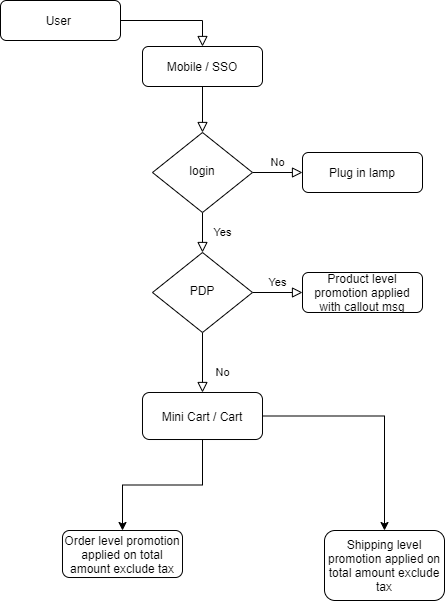
nayan7777-nayan/sfra-webpack-multicartridges-builder keeps this draw.io diagram as Untitled Diagram.png. Above is the earlier version. Source tidied: cells renumbered, new cells last; positions are measured from the earlier drawing's top-left corner, leaving out a move shared by most shapes.
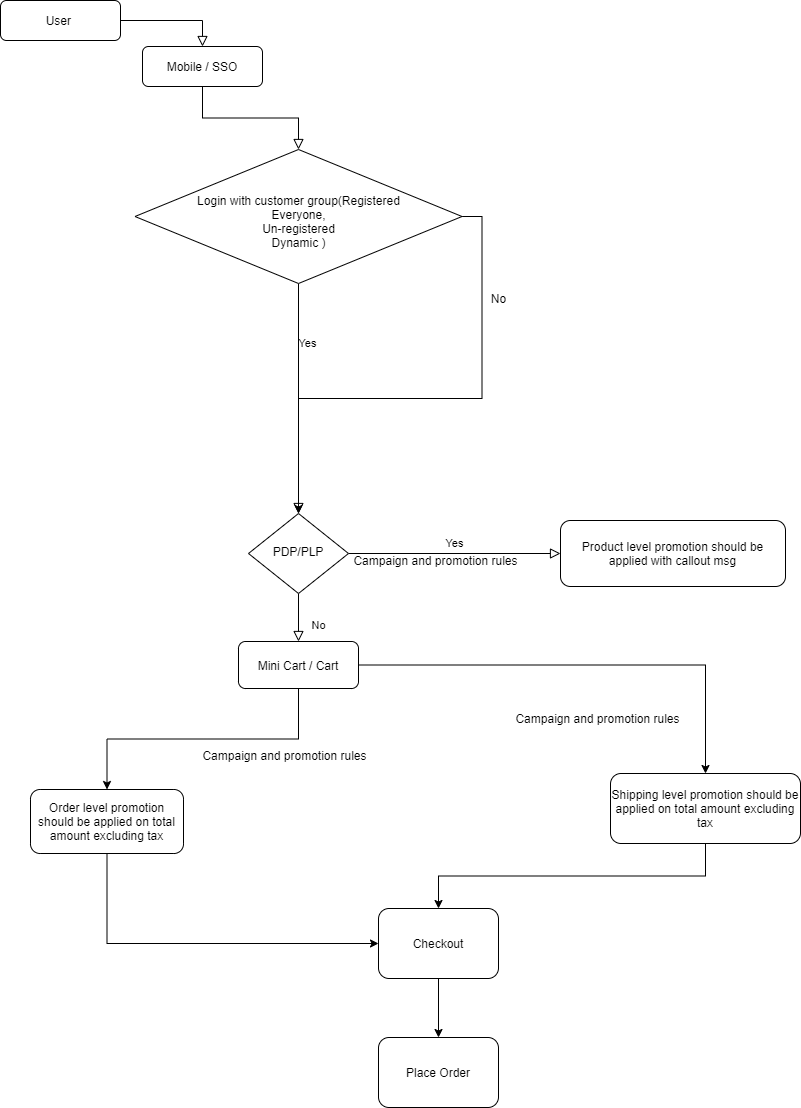
The same diagram one commit later.

Diff of the diagram source:
```diff
@@ -9,34 +9,31 @@
       <mxGeometry width="120" height="40" as="geometry" />
     </mxCell>
     <mxCell id="4" value="Yes" style="rounded=0;html=1;jettySize=auto;fontSize=11;endArrow=block;endFill=0;endSize=8;strokeWidth=1;shadow=0;labelBackgroundColor=none;edgeStyle=orthogonalEdgeStyle;" parent="1" edge="1" source="6" target="10">
-      <mxGeometry y="20" relative="1" as="geometry" />
+      <mxGeometry x="-0.48" y="9" relative="1" as="geometry" />
     </mxCell>
-    <mxCell id="5" value="No" style="edgeStyle=orthogonalEdgeStyle;rounded=0;html=1;jettySize=auto;fontSize=11;endArrow=block;endFill=0;endSize=8;strokeWidth=1;shadow=0;labelBackgroundColor=none;" parent="1" edge="1" source="6" target="7">
-      <mxGeometry y="10" relative="1" as="geometry" />
-    </mxCell>
+    <mxCell id="19" style="edgeStyle=orthogonalEdgeStyle;rounded=0;jettySize=auto;html=1;exitX=1;exitY=0.5;exitDx=0;exitDy=0;" parent="1" edge="1" source="6" target="10">
+      <mxGeometry relative="1" as="geometry" />
+    </mxCell>
-    <mxCell id="6" value="login" style="rhombus;whiteSpace=wrap;html=1;shadow=0;fontFamily=Helvetica;fontSize=12;align=center;strokeWidth=1;spacing=6;spacingTop=-4;" parent="1" vertex="1">
-      <mxGeometry x="152" y="132" width="100" height="80" as="geometry" />
+    <mxCell id="6" value="&lt;br&gt;Login with customer group(Registered&lt;br&gt;Everyone,&lt;br&gt;Un-registered&lt;br&gt;Dynamic )" style="rhombus;whiteSpace=wrap;html=1;shadow=0;fontFamily=Helvetica;fontSize=12;align=center;strokeWidth=1;spacing=6;spacingTop=-4;" parent="1" vertex="1">
+      <mxGeometry x="134.5" y="149" width="327" height="134" as="geometry" />
     </mxCell>
-    <mxCell id="7" value="Plug in lamp" style="rounded=1;whiteSpace=wrap;html=1;fontSize=12;glass=0;strokeWidth=1;shadow=0;" parent="1" vertex="1">
-      <mxGeometry x="302" y="152" width="120" height="40" as="geometry" />
-    </mxCell>
     <mxCell id="8" value="No" style="rounded=0;html=1;jettySize=auto;fontSize=11;endArrow=block;endFill=0;endSize=8;strokeWidth=1;shadow=0;labelBackgroundColor=none;edgeStyle=orthogonalEdgeStyle;" parent="1" edge="1" source="10" target="12">
       <mxGeometry x="0.33" y="20" relative="1" as="geometry" />
     </mxCell>
     <mxCell id="9" value="Yes" style="edgeStyle=orthogonalEdgeStyle;rounded=0;html=1;jettySize=auto;fontSize=11;endArrow=block;endFill=0;endSize=8;strokeWidth=1;shadow=0;labelBackgroundColor=none;" parent="1" edge="1" source="10" target="13">
       <mxGeometry y="10" relative="1" as="geometry" />
     </mxCell>
-    <mxCell id="10" value="PDP" style="rhombus;whiteSpace=wrap;html=1;shadow=0;fontFamily=Helvetica;fontSize=12;align=center;strokeWidth=1;spacing=6;spacingTop=-4;" parent="1" vertex="1">
-      <mxGeometry x="152" y="252" width="100" height="80" as="geometry" />
+    <mxCell id="10" value="PDP/PLP" style="rhombus;whiteSpace=wrap;html=1;shadow=0;fontFamily=Helvetica;fontSize=12;align=center;strokeWidth=1;spacing=6;spacingTop=-4;" parent="1" vertex="1">
+      <mxGeometry x="248" y="513" width="100" height="80" as="geometry" />
     </mxCell>
     <mxCell id="11" style="edgeStyle=orthogonalEdgeStyle;rounded=0;jettySize=auto;html=1;exitX=0.5;exitY=1;exitDx=0;exitDy=0;entryX=0.5;entryY=0;entryDx=0;entryDy=0;" parent="1" edge="1" source="12" target="16">
       <mxGeometry relative="1" as="geometry" />
     </mxCell>
     <mxCell id="12" value="Mini Cart / Cart" style="rounded=1;whiteSpace=wrap;html=1;fontSize=12;glass=0;strokeWidth=1;shadow=0;" parent="1" vertex="1">
-      <mxGeometry x="142" y="392" width="120" height="47" as="geometry" />
+      <mxGeometry x="238" y="641" width="120" height="47" as="geometry" />
     </mxCell>
-    <mxCell id="13" value="Product level promotion applied with callout msg" style="rounded=1;whiteSpace=wrap;html=1;fontSize=12;glass=0;strokeWidth=1;shadow=0;" parent="1" vertex="1">
-      <mxGeometry x="302" y="272" width="120" height="40" as="geometry" />
+    <mxCell id="13" value="Product level promotion should be applied with callout msg" style="rounded=1;whiteSpace=wrap;html=1;fontSize=12;glass=0;strokeWidth=1;shadow=0;" parent="1" vertex="1">
+      <mxGeometry x="560" y="520" width="225" height="66" as="geometry" />
     </mxCell>
     <mxCell id="14" value="Mobile / SSO" style="rounded=1;whiteSpace=wrap;html=1;fontSize=12;glass=0;strokeWidth=1;shadow=0;" parent="1" vertex="1">
       <mxGeometry x="142" y="46" width="120" height="40" as="geometry" />
@@ -44,14 +41,41 @@
     <mxCell id="15" style="rounded=0;html=1;jettySize=auto;fontSize=11;endArrow=block;endFill=0;endSize=8;strokeWidth=1;shadow=0;labelBackgroundColor=none;edgeStyle=orthogonalEdgeStyle;" parent="1" edge="1" source="3" target="14">
       <mxGeometry relative="1" as="geometry" />
     </mxCell>
+    <mxCell id="20" style="edgeStyle=orthogonalEdgeStyle;rounded=0;jettySize=auto;html=1;exitX=0.5;exitY=1;exitDx=0;exitDy=0;entryX=0;entryY=0.5;entryDx=0;entryDy=0;" parent="1" edge="1" source="16" target="23">
+      <mxGeometry relative="1" as="geometry" />
+    </mxCell>
-    <mxCell id="16" value="Order level promotion applied on total amount exclude tax" style="rounded=1;whiteSpace=wrap;html=1;fontSize=12;glass=0;strokeWidth=1;shadow=0;" parent="1" vertex="1">
-      <mxGeometry x="62" y="530" width="120" height="47" as="geometry" />
+    <mxCell id="16" value="Order level promotion should be applied on total amount excluding tax" style="rounded=1;whiteSpace=wrap;html=1;fontSize=12;glass=0;strokeWidth=1;shadow=0;" parent="1" vertex="1">
+      <mxGeometry x="30" y="789" width="153" height="64" as="geometry" />
     </mxCell>
+    <mxCell id="21" style="edgeStyle=orthogonalEdgeStyle;rounded=0;jettySize=auto;html=1;exitX=0.5;exitY=1;exitDx=0;exitDy=0;entryX=0.5;entryY=0;entryDx=0;entryDy=0;" parent="1" edge="1" source="17" target="23">
+      <mxGeometry relative="1" as="geometry" />
+    </mxCell>
-    <mxCell id="17" value="Shipping level promotion applied on total amount exclude tax" style="rounded=1;whiteSpace=wrap;html=1;fontSize=12;glass=0;strokeWidth=1;shadow=0;" parent="1" vertex="1">
-      <mxGeometry x="324" y="530" width="120" height="70" as="geometry" />
+    <mxCell id="17" value="Shipping level promotion should be applied on total amount excluding tax" style="rounded=1;whiteSpace=wrap;html=1;fontSize=12;glass=0;strokeWidth=1;shadow=0;" parent="1" vertex="1">
+      <mxGeometry x="610" y="773" width="190" height="70" as="geometry" />
     </mxCell>
     <mxCell id="18" style="edgeStyle=orthogonalEdgeStyle;rounded=0;jettySize=auto;html=1;entryX=0.5;entryY=0;entryDx=0;entryDy=0;exitX=1;exitY=0.5;exitDx=0;exitDy=0;" parent="1" edge="1" source="12" target="17">
       <mxGeometry relative="1" as="geometry" />
     </mxCell>
+    <mxCell id="22" style="edgeStyle=orthogonalEdgeStyle;rounded=0;jettySize=auto;html=1;exitX=0.5;exitY=1;exitDx=0;exitDy=0;entryX=0.5;entryY=0;entryDx=0;entryDy=0;" parent="1" edge="1" source="23" target="27">
+      <mxGeometry relative="1" as="geometry" />
+    </mxCell>
+    <mxCell id="23" value="Checkout" style="rounded=1;whiteSpace=wrap;html=1;fontSize=12;glass=0;strokeWidth=1;shadow=0;" parent="1" vertex="1">
+      <mxGeometry x="378" y="908" width="120" height="70" as="geometry" />
+    </mxCell>
+    <mxCell id="24" value="Campaign and promotion rules" style="text;html=1;align=center;verticalAlign=middle;" parent="1" vertex="1">
+      <mxGeometry x="510" y="709" width="174" height="18" as="geometry" />
+    </mxCell>
+    <mxCell id="25" value="Campaign and promotion rules" style="text;html=1;align=center;verticalAlign=middle;" parent="1" vertex="1">
+      <mxGeometry x="197" y="746" width="174" height="18" as="geometry" />
+    </mxCell>
+    <mxCell id="26" value="Campaign and promotion rules" style="text;html=1;align=center;verticalAlign=middle;" parent="1" vertex="1">
+      <mxGeometry x="348" y="551" width="174" height="18" as="geometry" />
+    </mxCell>
+    <mxCell id="27" value="Place Order" style="rounded=1;whiteSpace=wrap;html=1;fontSize=12;glass=0;strokeWidth=1;shadow=0;" parent="1" vertex="1">
+      <mxGeometry x="378" y="1037" width="120" height="70" as="geometry" />
+    </mxCell>
+    <mxCell id="5" value="No" style="text;html=1;align=center;verticalAlign=middle;" parent="1" vertex="1">
+      <mxGeometry x="485" y="289" width="25" height="18" as="geometry" />
+    </mxCell>
   </root>
 </mxGraphModel>
```
